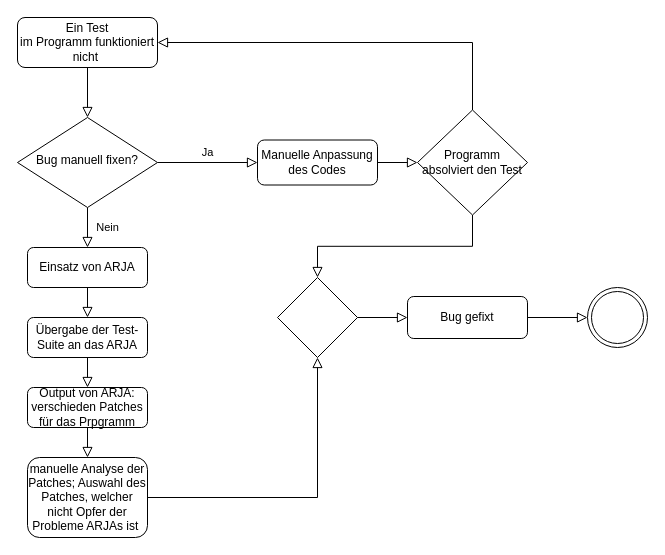
This is ARJA-Akivitätsdiagramm.drawio from DavidRiemer02/Seminar_MachineLearning_in_SE, a draw.io file, before an edit. Source tidied: cells renumbered, new cells numbered last; positions are measured from the earlier drawing's top-left corner, leaving out a move shared by most shapes. Both pictures are drawn from the tidied source at 100%, with x=0, y=0 at pixel (17, 17).
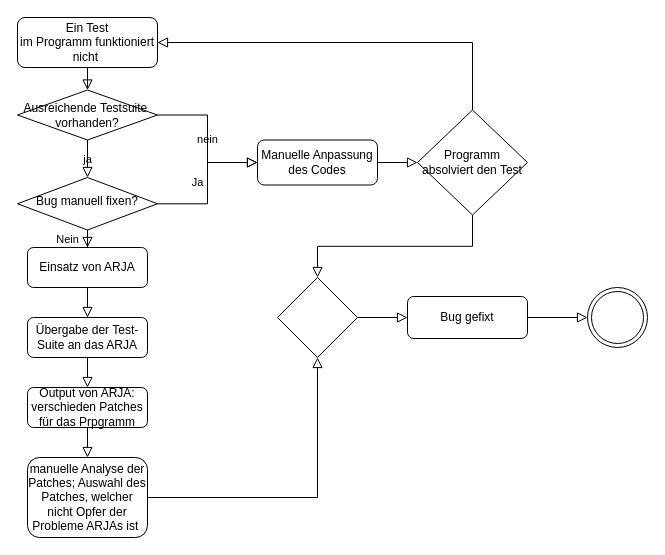
After the change.

Unchanged cells that the change refers to:
```xml
<mxCell id="3" value="Ein Test&lt;br&gt;im Programm funktioniert nicht&amp;nbsp;" style="rounded=1;whiteSpace=wrap;html=1;fontSize=12;glass=0;strokeWidth=1;shadow=0;" parent="1" vertex="1">
  <mxGeometry width="140" height="50" as="geometry" />
</mxCell>
<mxCell id="7" value="Manuelle Anpassung des Codes" style="rounded=1;whiteSpace=wrap;html=1;fontSize=12;glass=0;strokeWidth=1;shadow=0;" parent="1" vertex="1">
  <mxGeometry x="240" y="122.5" width="120" height="45" as="geometry" />
</mxCell>
```

The edit, as a diff of the source:
```diff
@@
-    <mxCell id="2" style="rounded=0;html=1;jettySize=auto;fontSize=11;endArrow=block;endFill=0;endSize=8;strokeWidth=1;shadow=0;labelBackgroundColor=none;edgeStyle=orthogonalEdgeStyle;" parent="1" edge="1" source="3" target="6">
+    <mxCell id="2" style="rounded=0;html=1;jettySize=auto;fontSize=11;endArrow=block;endFill=0;endSize=8;strokeWidth=1;shadow=0;labelBackgroundColor=none;edgeStyle=orthogonalEdgeStyle;entryX=0.5;entryY=0;entryDx=0;entryDy=0;" parent="1" edge="1" source="3" target="25">
       <mxGeometry relative="1" as="geometry" />
     </mxCell>
@@
     <mxCell id="6" value="Bug manuell fixen?" style="rhombus;whiteSpace=wrap;html=1;shadow=0;fontFamily=Helvetica;fontSize=12;align=center;strokeWidth=1;spacing=6;spacingTop=-4;" parent="1" vertex="1">
-      <mxGeometry y="100" width="140" height="90" as="geometry" />
+      <mxGeometry y="160" width="140" height="52.5" as="geometry" />
     </mxCell>
@@
+    <mxCell id="25" value="Ausreichende Testsuite&amp;nbsp;&lt;br&gt;vorhanden?" style="rhombus;whiteSpace=wrap;html=1;" parent="1" vertex="1">
+      <mxGeometry y="72.5" width="140" height="50" as="geometry" />
+    </mxCell>
+    <mxCell id="26" value="ja" style="rounded=0;html=1;jettySize=auto;fontSize=11;endArrow=block;endFill=0;endSize=8;strokeWidth=1;shadow=0;labelBackgroundColor=none;edgeStyle=orthogonalEdgeStyle;entryX=0.5;entryY=0;entryDx=0;entryDy=0;exitX=0.5;exitY=1;exitDx=0;exitDy=0;" parent="1" edge="1" source="25" target="6">
+      <mxGeometry relative="1" as="geometry" />
+    </mxCell>
+    <mxCell id="27" value="nein" style="rounded=0;html=1;jettySize=auto;fontSize=11;endArrow=block;endFill=0;endSize=8;strokeWidth=1;shadow=0;labelBackgroundColor=none;edgeStyle=orthogonalEdgeStyle;entryX=0;entryY=0.5;entryDx=0;entryDy=0;exitX=1;exitY=0.5;exitDx=0;exitDy=0;" parent="1" edge="1" source="25" target="7">
+      <mxGeometry relative="1" as="geometry" />
+    </mxCell>
```
